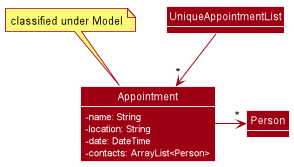
This is docs/images/AppointmentClassDiagram.png from nus-cs2103-AY2021S2/tp, a PlantUML export, as it was before one commit.
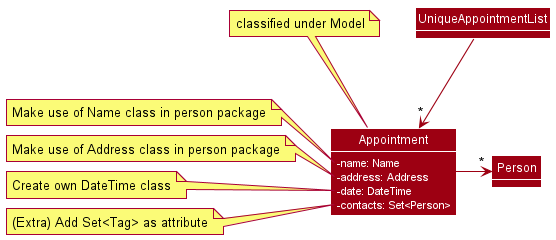
Above is the later version.

Commit message:
Add and edit Class diagrams for appointment

Diff of the diagram source:
```diff
@@ -8,13 +8,25 @@
 skinparam classAttributeFontColor #white
 
 Class Appointment {
-    -name: String
-    -location: String
+    -name: Name
+    -address: Address
     -date: DateTime
-    -contacts: ArrayList<Person>
+    -contacts: Set<Person>
+}
 
-}
 note top of Appointment: classified under Model
+note left of Appointment::name
+    Make use of Name class in person package
+end note
+note left of Appointment::address
+    Make use of Address class in person package
+end note
+note left of Appointment::date
+    Create own DateTime class
+end note
+note left of Appointment::contacts
+  (Extra) Add Set<Tag> as attribute
+end note
 
 Class UniqueAppointmentList
 Class Person
```
